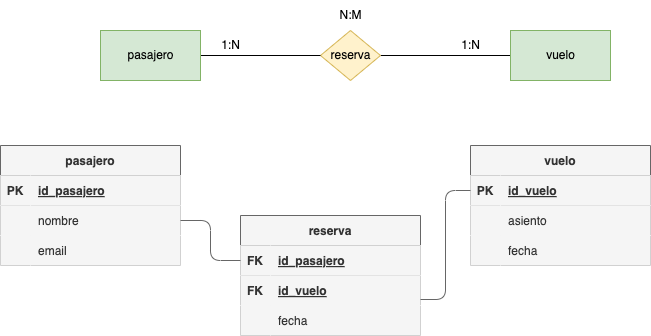
Before: tareas/tarea-3/images/ejercicio22.drawio.png, a diagram exported from draw.io (deylansystem/actividadesBAE). Source tidied: cells renumbered, new cells last; positions are measured from the earlier drawing's top-left corner, leaving out a move shared by most shapes.
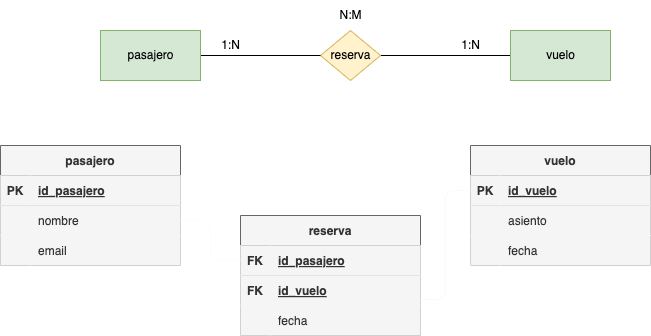
After the commit.

What changed in the source:
```diff
@@ -116,10 +116,10 @@
     <mxCell id="39" value="fecha" style="shape=partialRectangle;fillColor=#f5f5f5;top=0;left=0;bottom=0;right=0;align=left;spacingLeft=6;overflow=hidden;fontColor=#333333;labelBackgroundColor=none;strokeColor=#666666;" parent="37" vertex="1">
       <mxGeometry x="30" width="150" height="30" as="geometry" />
     </mxCell>
-    <mxCell id="40" style="edgeStyle=orthogonalEdgeStyle;html=1;exitX=1;exitY=0.5;exitDx=0;exitDy=0;entryX=0;entryY=0.5;entryDx=0;entryDy=0;fontColor=#050505;labelBackgroundColor=none;fillColor=#f5f5f5;strokeColor=#666666;endArrow=none;endFill=0;" parent="1" edge="1" source="14" target="31">
+    <mxCell id="40" style="edgeStyle=orthogonalEdgeStyle;html=1;exitX=1;exitY=0.5;exitDx=0;exitDy=0;entryX=0;entryY=0.5;entryDx=0;entryDy=0;fontColor=#050505;labelBackgroundColor=none;fillColor=#f5f5f5;strokeColor=#fdfcfc;endArrow=none;endFill=0;" parent="1" edge="1" source="14" target="31">
       <mxGeometry relative="1" as="geometry" />
     </mxCell>
-    <mxCell id="41" style="edgeStyle=orthogonalEdgeStyle;html=1;exitX=0;exitY=0.5;exitDx=0;exitDy=0;entryX=1;entryY=0.8;entryDx=0;entryDy=0;entryPerimeter=0;fontColor=#050505;labelBackgroundColor=none;fillColor=#f5f5f5;strokeColor=#666666;endArrow=none;endFill=0;" parent="1" edge="1" source="21" target="34">
+    <mxCell id="41" style="edgeStyle=orthogonalEdgeStyle;html=1;exitX=0;exitY=0.5;exitDx=0;exitDy=0;entryX=1;entryY=0.8;entryDx=0;entryDy=0;entryPerimeter=0;fontColor=#050505;labelBackgroundColor=none;fillColor=#f5f5f5;strokeColor=#FAFAFA;endArrow=none;endFill=0;" parent="1" edge="1" source="21" target="34">
       <mxGeometry relative="1" as="geometry" />
     </mxCell>
   </root>
```
